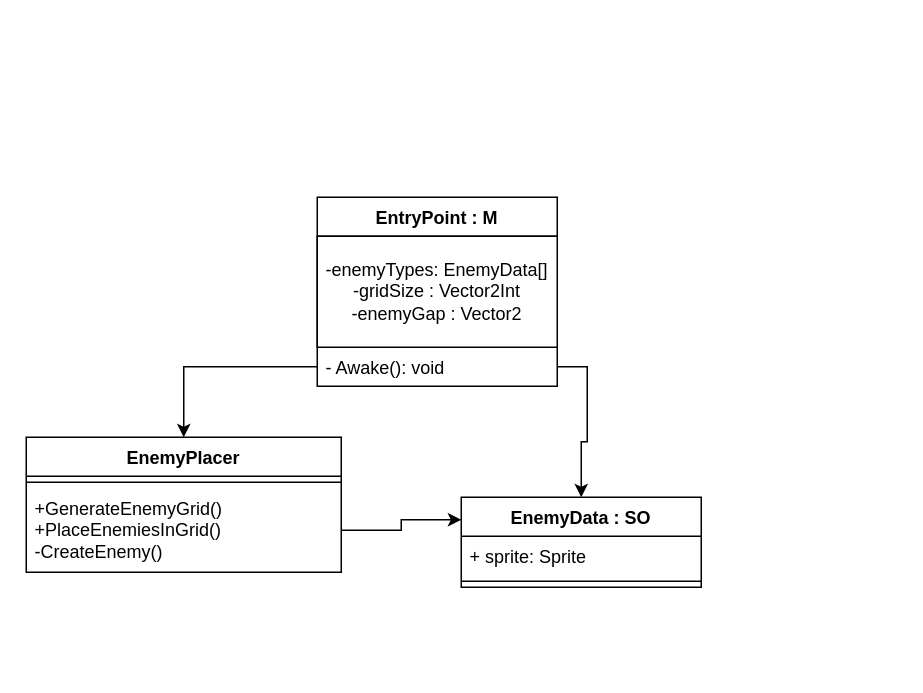
This is Assets/_Presentation/UML/UML.drawio from IvanvIvanv/SpaceInvadersTask, a draw.io file, before an edit. Source tidied: cells renumbered, new cells numbered last; positions are measured from the earlier drawing's top-left corner, leaving out a move shared by most shapes. Both pictures are drawn from the tidied source at 150%, with x=0, y=0 at pixel (26, 196).
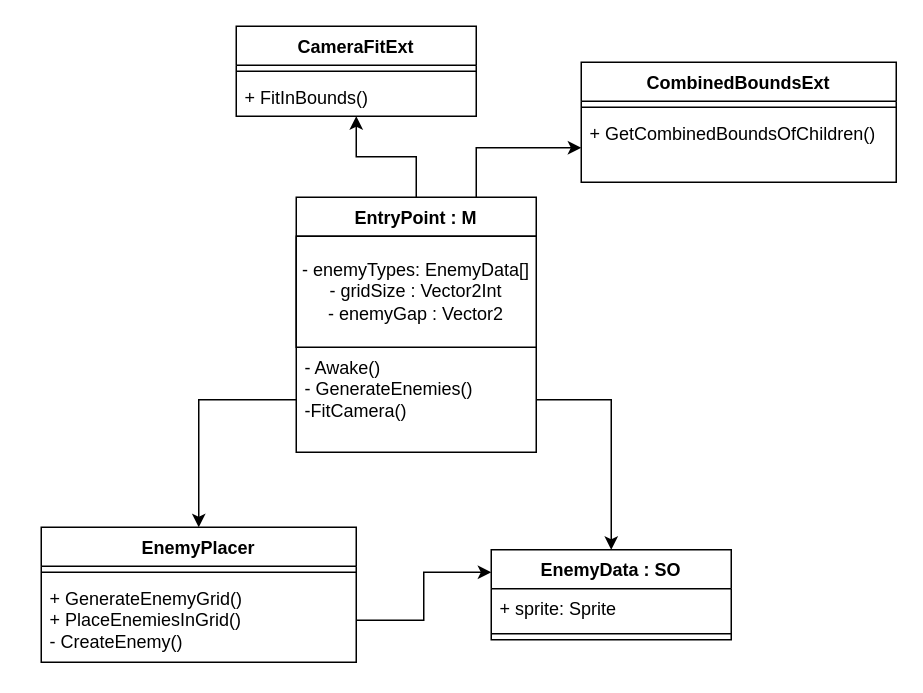
The same page after the edit.

Change to the diagram source:
```diff
@@
+    <mxCell id="14" style="edgeStyle=orthogonalEdgeStyle;rounded=0;jettySize=auto;html=1;exitX=0.5;exitY=0;exitDx=0;exitDy=0;entryX=0.5;entryY=1;entryDx=0;entryDy=0;" parent="1" edge="1" source="2" target="19">
+      <mxGeometry relative="1" as="geometry" />
+    </mxCell>
+    <mxCell id="15" style="edgeStyle=orthogonalEdgeStyle;rounded=0;jettySize=auto;html=1;exitX=0.75;exitY=0;exitDx=0;exitDy=0;entryX=0;entryY=0.5;entryDx=0;entryDy=0;" parent="1" edge="1" source="2" target="18">
+      <mxGeometry relative="1" as="geometry" />
+    </mxCell>
     <mxCell id="2" value="EntryPoint : M" style="swimlane;fontStyle=1;align=center;verticalAlign=top;horizontal=1;startSize=26;whiteSpace=wrap;html=1;" parent="1" vertex="1">
-      <mxGeometry x="194" width="160" height="126" as="geometry" />
+      <mxGeometry x="180" width="160" height="170" as="geometry" />
     </mxCell>
-    <mxCell id="3" value="&lt;div&gt;-enemyTypes: EnemyData[]&lt;/div&gt;&lt;div&gt;-gridSize : Vector2Int&lt;/div&gt;&lt;div&gt;-enemyGap : Vector2&lt;/div&gt;" style="html=1;whiteSpace=wrap;" parent="2" vertex="1">
+    <mxCell id="3" value="&lt;div&gt;- enemyTypes: EnemyData[]&lt;/div&gt;&lt;div&gt;- gridSize : Vector2Int&lt;/div&gt;&lt;div&gt;- enemyGap : Vector2&lt;/div&gt;" style="html=1;whiteSpace=wrap;" parent="2" vertex="1">
       <mxGeometry y="26" width="160" height="74" as="geometry" />
     </mxCell>
-    <mxCell id="4" value="- Awake(): void" style="text;strokeColor=none;fillColor=none;align=left;verticalAlign=top;spacingLeft=4;spacingRight=4;overflow=hidden;points=[[0,0.5],[1,0.5]];portConstraint=eastwest;whiteSpace=wrap;html=1;" parent="2" vertex="1">
-      <mxGeometry y="100" width="160" height="26" as="geometry" />
+    <mxCell id="4" value="&lt;div&gt;- Awake()&lt;/div&gt;&lt;div&gt;- GenerateEnemies()&lt;br&gt;&lt;/div&gt;&lt;div&gt;-FitCamera()&lt;br&gt;&lt;/div&gt;" style="text;strokeColor=none;fillColor=none;align=left;verticalAlign=top;spacingLeft=4;spacingRight=4;overflow=hidden;points=[[0,0.5],[1,0.5]];portConstraint=eastwest;whiteSpace=wrap;html=1;" parent="2" vertex="1">
+      <mxGeometry y="100" width="160" height="70" as="geometry" />
     </mxCell>
     <mxCell id="5" value="EnemyPlacer" style="swimlane;fontStyle=1;align=center;verticalAlign=top;horizontal=1;startSize=26;whiteSpace=wrap;html=1;" parent="1" vertex="1">
-      <mxGeometry y="160" width="210" height="90" as="geometry" />
+      <mxGeometry x="10" y="220" width="210" height="90" as="geometry" />
     </mxCell>
@@
-    <mxCell id="7" value="&lt;div&gt;+GenerateEnemyGrid()&lt;br&gt;&lt;/div&gt;&lt;div&gt;+PlaceEnemiesInGrid()&lt;br&gt;&lt;/div&gt;&lt;div&gt;-CreateEnemy()&lt;br&gt;&lt;/div&gt;" style="text;strokeColor=none;fillColor=none;align=left;verticalAlign=top;spacingLeft=4;spacingRight=4;overflow=hidden;points=[[0,0.5],[1,0.5]];portConstraint=eastwest;whiteSpace=wrap;html=1;" parent="5" vertex="1">
+    <mxCell id="7" value="&lt;div&gt;+ GenerateEnemyGrid()&lt;br&gt;&lt;/div&gt;&lt;div&gt;+ PlaceEnemiesInGrid()&lt;br&gt;&lt;/div&gt;&lt;div&gt;- CreateEnemy()&lt;br&gt;&lt;/div&gt;" style="text;strokeColor=none;fillColor=none;align=left;verticalAlign=top;spacingLeft=4;spacingRight=4;overflow=hidden;points=[[0,0.5],[1,0.5]];portConstraint=eastwest;whiteSpace=wrap;html=1;" parent="5" vertex="1">
       <mxGeometry y="34" width="210" height="56" as="geometry" />
     </mxCell>
     <mxCell id="8" value="EnemyData : SO" style="swimlane;fontStyle=1;align=center;verticalAlign=top;horizontal=1;startSize=26;whiteSpace=wrap;html=1;" parent="1" vertex="1">
-      <mxGeometry x="290" y="200" width="160" height="60" as="geometry" />
+      <mxGeometry x="310" y="235" width="160" height="60" as="geometry" />
     </mxCell>
@@
+    <mxCell id="16" value="CombinedBoundsExt" style="swimlane;fontStyle=1;align=center;verticalAlign=top;horizontal=1;startSize=26;whiteSpace=wrap;html=1;" parent="1" vertex="1">
+      <mxGeometry x="370" y="-90" width="210" height="80" as="geometry" />
+    </mxCell>
+    <mxCell id="17" style="line;strokeWidth=1;fillColor=none;align=left;verticalAlign=middle;spacingTop=-1;spacingLeft=3;spacingRight=3;labelPosition=right;strokeColor=inherit;" parent="16" vertex="1">
+      <mxGeometry y="26" width="210" height="8" as="geometry" />
+    </mxCell>
+    <mxCell id="18" value="+ GetCombinedBoundsOfChildren()" style="text;strokeColor=none;fillColor=none;align=left;verticalAlign=top;spacingLeft=4;spacingRight=4;overflow=hidden;points=[[0,0.5],[1,0.5]];portConstraint=eastwest;whiteSpace=wrap;html=1;" parent="16" vertex="1">
+      <mxGeometry y="34" width="210" height="46" as="geometry" />
+    </mxCell>
+    <mxCell id="19" value="CameraFitExt" style="swimlane;fontStyle=1;align=center;verticalAlign=top;horizontal=1;startSize=26;whiteSpace=wrap;html=1;" parent="1" vertex="1">
+      <mxGeometry x="140" y="-114" width="160" height="60" as="geometry" />
+    </mxCell>
+    <mxCell id="20" style="line;strokeWidth=1;fillColor=none;align=left;verticalAlign=middle;spacingTop=-1;spacingLeft=3;spacingRight=3;labelPosition=right;strokeColor=inherit;" parent="19" vertex="1">
+      <mxGeometry y="26" width="160" height="8" as="geometry" />
+    </mxCell>
+    <mxCell id="21" value="+ FitInBounds()" style="text;strokeColor=none;fillColor=none;align=left;verticalAlign=top;spacingLeft=4;spacingRight=4;overflow=hidden;whiteSpace=wrap;html=1;" parent="19" vertex="1">
+      <mxGeometry y="34" width="160" height="26" as="geometry" />
+    </mxCell>
```
